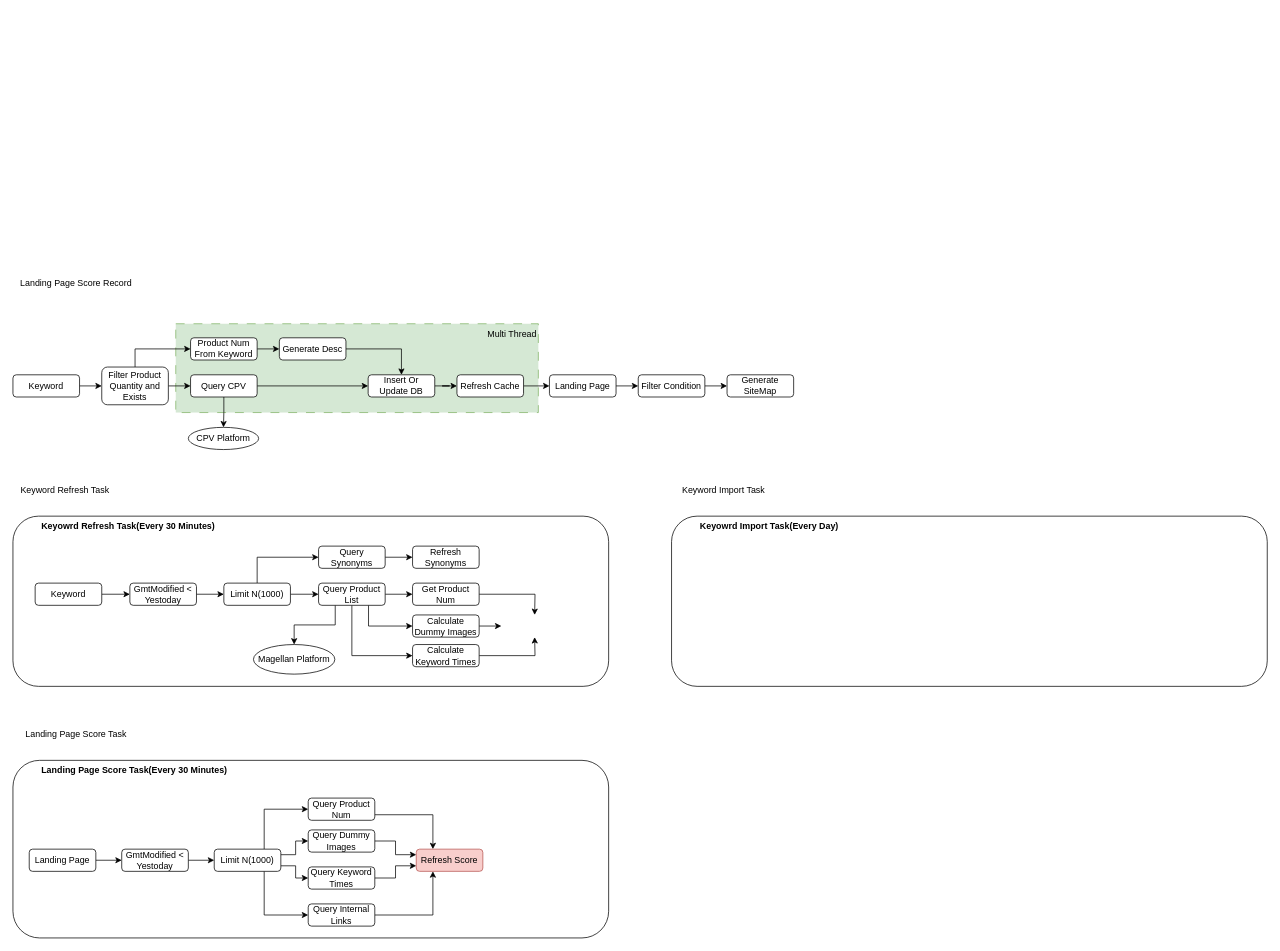
This is drawio/page_score.drawio from VisableHarry/seo-drawio, a draw.io file, before an edit. Source tidied: cells renumbered, new cells numbered last; positions are measured from the earlier drawing's top-left corner, leaving out a move shared by most shapes. Both pictures are drawn from the tidied source at 74%, with x=0, y=0 at pixel (13, 272).
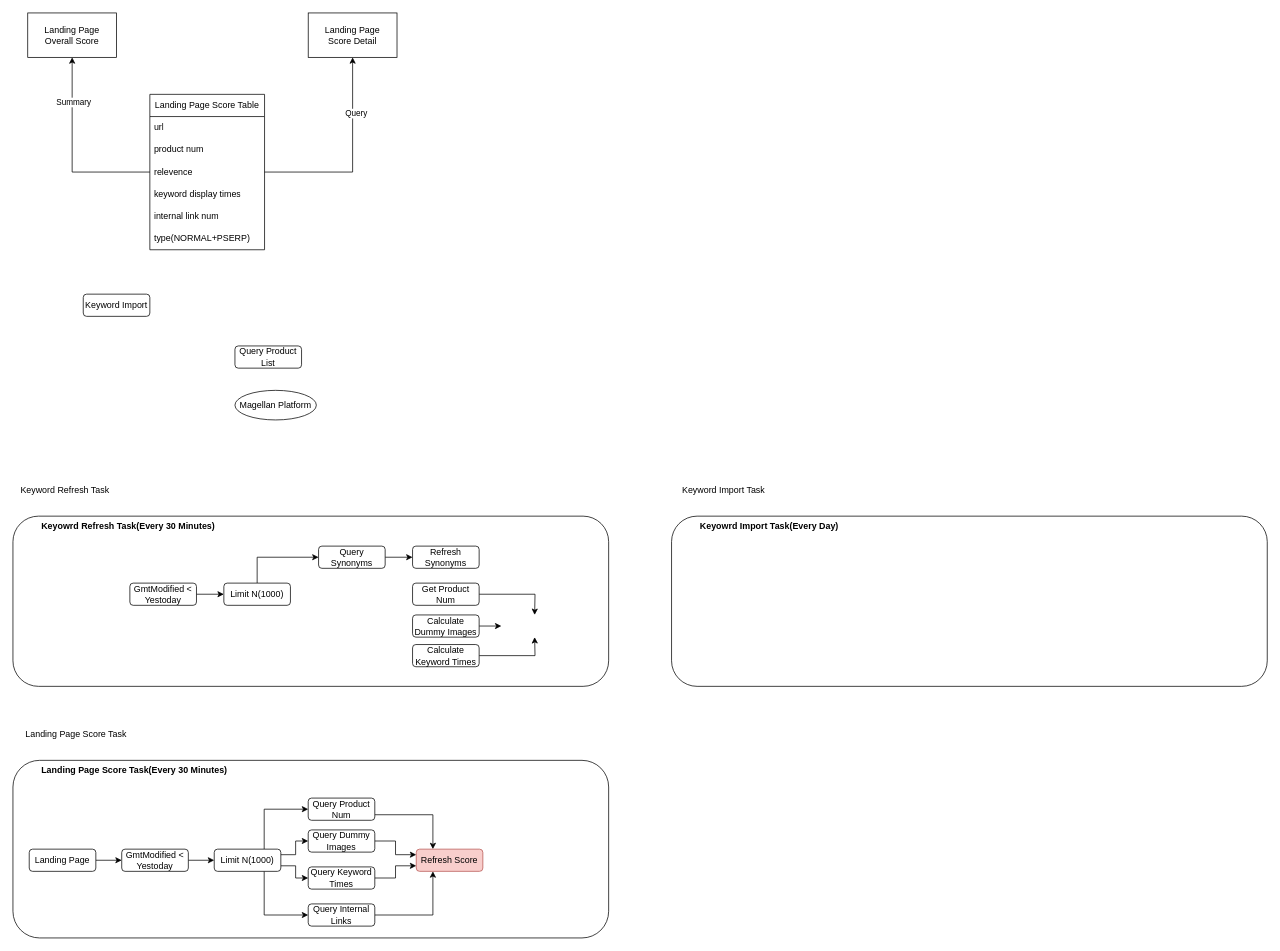
Above is the later version.

The change refers to these unchanged cells:
```xml
<mxCell id="57" value="Get Product Num" style="rounded=1;whiteSpace=wrap;html=1;" parent="1" vertex="1">
  <mxGeometry x="540" y="420.5" width="90" height="30" as="geometry" />
</mxCell>
<mxCell id="59" value="GmtModified &amp;lt; Yestoday" style="rounded=1;whiteSpace=wrap;html=1;" parent="1" vertex="1">
  <mxGeometry x="158" y="420.5" width="90" height="30" as="geometry" />
</mxCell>
<mxCell id="62" value="Limit N(1000)" style="rounded=1;whiteSpace=wrap;html=1;" parent="1" vertex="1">
  <mxGeometry x="285" y="420.5" width="90" height="30" as="geometry" />
</mxCell>
<mxCell id="67" value="Calculate Dummy Images" style="rounded=1;whiteSpace=wrap;html=1;" parent="1" vertex="1">
  <mxGeometry x="540" y="463.5" width="90" height="30" as="geometry" />
</mxCell>
<mxCell id="69" value="Calculate Keyword Times" style="rounded=1;whiteSpace=wrap;html=1;" parent="1" vertex="1">
  <mxGeometry x="540" y="503.5" width="90" height="30" as="geometry" />
</mxCell>
```

The edit, as a diff of the source:
```diff
@@
-    <mxCell id="4" value="Landing Page Score Record" style="text;html=1;align=center;verticalAlign=middle;strokeColor=none;fillColor=none;" parent="1" vertex="1">
-      <mxGeometry width="170" height="30" as="geometry" />
-    </mxCell>
-    <mxCell id="5" value="Multi Thread" style="rounded=0;whiteSpace=wrap;html=1;align=right;verticalAlign=top;fillColor=#d5e8d4;strokeColor=#82b366;dashed=1;dashPattern=12 12;" parent="1" vertex="1">
-      <mxGeometry x="220" y="70" width="490" height="120" as="geometry" />
-    </mxCell>
-    <mxCell id="6" style="edgeStyle=orthogonalEdgeStyle;rounded=0;jettySize=auto;html=1;exitX=1;exitY=0.5;exitDx=0;exitDy=0;entryX=0;entryY=0.5;entryDx=0;entryDy=0;" parent="1" edge="1" source="7" target="10">
-      <mxGeometry relative="1" as="geometry" />
-    </mxCell>
-    <mxCell id="7" value="Keyword" style="rounded=1;whiteSpace=wrap;html=1;" parent="1" vertex="1">
-      <mxGeometry y="139" width="90" height="30" as="geometry" />
-    </mxCell>
-    <mxCell id="8" style="edgeStyle=orthogonalEdgeStyle;rounded=0;jettySize=auto;html=1;exitX=1;exitY=0.5;exitDx=0;exitDy=0;entryX=0;entryY=0.5;entryDx=0;entryDy=0;" parent="1" edge="1" source="10" target="13">
-      <mxGeometry relative="1" as="geometry" />
-    </mxCell>
-    <mxCell id="9" style="edgeStyle=orthogonalEdgeStyle;rounded=0;jettySize=auto;html=1;exitX=0.5;exitY=0;exitDx=0;exitDy=0;entryX=0;entryY=0.5;entryDx=0;entryDy=0;" parent="1" edge="1" source="10" target="19">
-      <mxGeometry relative="1" as="geometry" />
-    </mxCell>
-    <mxCell id="10" value="Filter Product Quantity and Exists" style="rounded=1;whiteSpace=wrap;html=1;" parent="1" vertex="1">
-      <mxGeometry x="120" y="128.5" width="90" height="51" as="geometry" />
-    </mxCell>
-    <mxCell id="11" style="edgeStyle=orthogonalEdgeStyle;rounded=0;jettySize=auto;html=1;exitX=1;exitY=0.5;exitDx=0;exitDy=0;entryX=0;entryY=0.5;entryDx=0;entryDy=0;" parent="1" edge="1" source="13" target="17">
-      <mxGeometry relative="1" as="geometry" />
-    </mxCell>
-    <mxCell id="12" style="edgeStyle=orthogonalEdgeStyle;rounded=0;jettySize=auto;html=1;exitX=0.5;exitY=1;exitDx=0;exitDy=0;entryX=0.5;entryY=0;entryDx=0;entryDy=0;" parent="1" edge="1" source="13" target="20">
-      <mxGeometry relative="1" as="geometry" />
-    </mxCell>
-    <mxCell id="13" value="Query CPV" style="rounded=1;whiteSpace=wrap;html=1;" parent="1" vertex="1">
-      <mxGeometry x="240" y="139" width="90" height="30" as="geometry" />
-    </mxCell>
-    <mxCell id="14" style="edgeStyle=orthogonalEdgeStyle;rounded=0;jettySize=auto;html=1;exitX=1;exitY=0.5;exitDx=0;exitDy=0;entryX=0.5;entryY=0;entryDx=0;entryDy=0;" parent="1" edge="1" source="15" target="17">
-      <mxGeometry relative="1" as="geometry" />
-    </mxCell>
-    <mxCell id="15" value="Generate Desc" style="rounded=1;whiteSpace=wrap;html=1;" parent="1" vertex="1">
-      <mxGeometry x="360" y="89" width="90" height="30" as="geometry" />
-    </mxCell>
-    <mxCell id="16" style="edgeStyle=orthogonalEdgeStyle;rounded=0;jettySize=auto;html=1;exitX=1;exitY=0.5;exitDx=0;exitDy=0;" parent="1" edge="1" source="17" target="35">
-      <mxGeometry relative="1" as="geometry" />
-    </mxCell>
-    <mxCell id="17" value="Insert Or Update DB" style="rounded=1;whiteSpace=wrap;html=1;" parent="1" vertex="1">
-      <mxGeometry x="480" y="139" width="90" height="30" as="geometry" />
-    </mxCell>
-    <mxCell id="18" style="edgeStyle=orthogonalEdgeStyle;rounded=0;jettySize=auto;html=1;exitX=1;exitY=0.5;exitDx=0;exitDy=0;entryX=0;entryY=0.5;entryDx=0;entryDy=0;" parent="1" edge="1" source="19" target="15">
-      <mxGeometry relative="1" as="geometry" />
-    </mxCell>
-    <mxCell id="19" value="&lt;div&gt;Product Num From Keyword&lt;/div&gt;" style="rounded=1;whiteSpace=wrap;html=1;" parent="1" vertex="1">
-      <mxGeometry x="240" y="89" width="90" height="30" as="geometry" />
-    </mxCell>
-    <mxCell id="20" value="CPV Platform" style="ellipse;whiteSpace=wrap;html=1;" parent="1" vertex="1">
-      <mxGeometry x="237" y="210" width="95" height="30" as="geometry" />
-    </mxCell>
@@
-    <mxCell id="34" style="edgeStyle=orthogonalEdgeStyle;rounded=0;jettySize=auto;html=1;exitX=1;exitY=0.5;exitDx=0;exitDy=0;entryX=0;entryY=0.5;entryDx=0;entryDy=0;" parent="1" edge="1" source="35" target="43">
-      <mxGeometry relative="1" as="geometry" />
-    </mxCell>
-    <mxCell id="35" value="Refresh Cache" style="rounded=1;whiteSpace=wrap;html=1;" parent="1" vertex="1">
-      <mxGeometry x="600" y="139" width="90" height="30" as="geometry" />
-    </mxCell>
@@
-    <mxCell id="42" style="edgeStyle=orthogonalEdgeStyle;rounded=0;jettySize=auto;html=1;exitX=1;exitY=0.5;exitDx=0;exitDy=0;entryX=0;entryY=0.5;entryDx=0;entryDy=0;shadow=0;" parent="1" edge="1" source="43" target="45">
-      <mxGeometry relative="1" as="geometry" />
-    </mxCell>
-    <mxCell id="43" value="Landing Page" style="rounded=1;whiteSpace=wrap;html=1;shadow=0;" parent="1" vertex="1">
-      <mxGeometry x="725" y="139" width="90" height="30" as="geometry" />
-    </mxCell>
-    <mxCell id="44" style="edgeStyle=orthogonalEdgeStyle;rounded=0;jettySize=auto;html=1;exitX=1;exitY=0.5;exitDx=0;exitDy=0;entryX=0;entryY=0.5;entryDx=0;entryDy=0;shadow=0;" parent="1" edge="1" source="45">
-      <mxGeometry relative="1" as="geometry">
-        <mxPoint x="965" y="154" as="targetPoint" />
-      </mxGeometry>
-    </mxCell>
-    <mxCell id="45" value="Filter Condition" style="rounded=1;whiteSpace=wrap;html=1;shadow=0;" parent="1" vertex="1">
-      <mxGeometry x="845" y="139" width="90" height="30" as="geometry" />
-    </mxCell>
-    <mxCell id="46" value="Generate SiteMap" style="rounded=1;whiteSpace=wrap;html=1;shadow=0;" parent="1" vertex="1">
-      <mxGeometry x="965" y="139" width="90" height="30" as="geometry" />
-    </mxCell>
@@
-    <mxCell id="48" style="edgeStyle=orthogonalEdgeStyle;rounded=0;jettySize=auto;html=1;exitX=1;exitY=0.5;exitDx=0;exitDy=0;entryX=0;entryY=0.5;entryDx=0;entryDy=0;" parent="1" edge="1" source="49" target="59">
-      <mxGeometry relative="1" as="geometry" />
-    </mxCell>
-    <mxCell id="49" value="Keyword" style="rounded=1;whiteSpace=wrap;html=1;" parent="1" vertex="1">
-      <mxGeometry x="30" y="420.5" width="90" height="30" as="geometry" />
+    <mxCell id="49" value="Keyword Import" style="rounded=1;whiteSpace=wrap;html=1;" parent="1" vertex="1">
+      <mxGeometry x="95" y="30" width="90" height="30" as="geometry" />
     </mxCell>
-    <mxCell id="50" style="edgeStyle=orthogonalEdgeStyle;rounded=0;jettySize=auto;html=1;exitX=1;exitY=0.5;exitDx=0;exitDy=0;entryX=0;entryY=0.5;entryDx=0;entryDy=0;" parent="1" edge="1" source="54" target="57">
-      <mxGeometry relative="1" as="geometry" />
-    </mxCell>
-    <mxCell id="51" style="edgeStyle=orthogonalEdgeStyle;rounded=0;jettySize=auto;html=1;exitX=0.75;exitY=1;exitDx=0;exitDy=0;entryX=0;entryY=0.5;entryDx=0;entryDy=0;" parent="1" edge="1" source="54" target="67">
-      <mxGeometry relative="1" as="geometry" />
-    </mxCell>
-    <mxCell id="52" style="edgeStyle=orthogonalEdgeStyle;rounded=0;jettySize=auto;html=1;exitX=0.5;exitY=1;exitDx=0;exitDy=0;entryX=0;entryY=0.5;entryDx=0;entryDy=0;" parent="1" edge="1" source="54" target="69">
-      <mxGeometry relative="1" as="geometry" />
-    </mxCell>
-    <mxCell id="53" style="edgeStyle=orthogonalEdgeStyle;rounded=0;jettySize=auto;html=1;exitX=0.25;exitY=1;exitDx=0;exitDy=0;entryX=0.5;entryY=0;entryDx=0;entryDy=0;" parent="1" edge="1" source="54" target="55">
-      <mxGeometry relative="1" as="geometry" />
-    </mxCell>
     <mxCell id="54" value="Query Product List" style="rounded=1;whiteSpace=wrap;html=1;" parent="1" vertex="1">
-      <mxGeometry x="413" y="420.5" width="90" height="30" as="geometry" />
+      <mxGeometry x="300" y="100" width="90" height="30" as="geometry" />
     </mxCell>
     <mxCell id="55" value="Magellan Platform" style="ellipse;whiteSpace=wrap;html=1;" parent="1" vertex="1">
-      <mxGeometry x="325" y="503.5" width="110" height="40" as="geometry" />
+      <mxGeometry x="300" y="160" width="110" height="40" as="geometry" />
     </mxCell>
@@
-    <mxCell id="60" style="edgeStyle=orthogonalEdgeStyle;rounded=0;jettySize=auto;html=1;exitX=1;exitY=0.5;exitDx=0;exitDy=0;entryX=0;entryY=0.5;entryDx=0;entryDy=0;" parent="1" edge="1" source="62" target="54">
-      <mxGeometry relative="1" as="geometry" />
-    </mxCell>
@@
+    <mxCell id="72" value="&lt;div&gt;Landing Page&lt;/div&gt;Overall Score" style="rounded=0;whiteSpace=wrap;html=1;" parent="1" vertex="1">
+      <mxGeometry x="20" y="-350" width="120" height="60" as="geometry" />
+    </mxCell>
+    <mxCell id="73" value="&lt;div&gt;&lt;div&gt;Landing Page&lt;/div&gt;&lt;/div&gt;Score Detail" style="rounded=0;whiteSpace=wrap;html=1;" parent="1" vertex="1">
+      <mxGeometry x="399" y="-350" width="120" height="60" as="geometry" />
+    </mxCell>
+    <mxCell id="74" value="Landing Page Score Table" style="swimlane;fontStyle=0;horizontal=1;startSize=30;whiteSpace=wrap;html=1;" parent="1" vertex="1">
+      <mxGeometry x="185" y="-240" width="155" height="210" as="geometry" />
+    </mxCell>
+    <mxCell id="75" value="url" style="text;strokeColor=none;fillColor=none;align=left;verticalAlign=middle;spacingLeft=4;spacingRight=4;overflow=hidden;whiteSpace=wrap;html=1;" parent="74" vertex="1">
+      <mxGeometry y="30" width="155" height="30" as="geometry" />
+    </mxCell>
+    <mxCell id="76" value="product num" style="text;strokeColor=none;fillColor=none;align=left;verticalAlign=middle;spacingLeft=4;spacingRight=4;overflow=hidden;whiteSpace=wrap;html=1;" parent="74" vertex="1">
+      <mxGeometry y="60" width="155" height="30" as="geometry" />
+    </mxCell>
+    <mxCell id="77" value="relevence" style="text;strokeColor=none;fillColor=none;align=left;verticalAlign=middle;spacingLeft=4;spacingRight=4;overflow=hidden;points=[[0,0.5],[1,0.5]];portConstraint=eastwest;whiteSpace=wrap;html=1;" parent="74" vertex="1">
+      <mxGeometry y="90" width="155" height="30" as="geometry" />
+    </mxCell>
+    <mxCell id="78" value="keyword display times" style="text;strokeColor=none;fillColor=none;align=left;verticalAlign=middle;spacingLeft=4;spacingRight=4;overflow=hidden;whiteSpace=wrap;html=1;" parent="74" vertex="1">
+      <mxGeometry y="120" width="155" height="30" as="geometry" />
+    </mxCell>
+    <mxCell id="79" value="internal link num" style="text;strokeColor=none;fillColor=none;align=left;verticalAlign=middle;spacingLeft=4;spacingRight=4;overflow=hidden;whiteSpace=wrap;html=1;" parent="74" vertex="1">
+      <mxGeometry y="150" width="155" height="30" as="geometry" />
+    </mxCell>
+    <mxCell id="80" value="type(NORMAL+PSERP)" style="text;strokeColor=none;fillColor=none;align=left;verticalAlign=middle;spacingLeft=4;spacingRight=4;overflow=hidden;whiteSpace=wrap;html=1;" parent="74" vertex="1">
+      <mxGeometry y="180" width="155" height="30" as="geometry" />
+    </mxCell>
+    <mxCell id="81" style="edgeStyle=orthogonalEdgeStyle;rounded=0;jettySize=auto;html=1;exitX=0;exitY=0.5;exitDx=0;exitDy=0;entryX=0.5;entryY=1;entryDx=0;entryDy=0;" parent="1" edge="1" source="77" target="72">
+      <mxGeometry relative="1" as="geometry" />
+    </mxCell>
+    <mxCell id="82" value="Summary" style="edgeLabel;html=1;align=center;verticalAlign=middle;" parent="81" vertex="1">
+      <mxGeometry x="0.54" y="-1" relative="1" as="geometry" />
+    </mxCell>
+    <mxCell id="83" style="edgeStyle=orthogonalEdgeStyle;rounded=0;jettySize=auto;html=1;exitX=1;exitY=0.5;exitDx=0;exitDy=0;entryX=0.5;entryY=1;entryDx=0;entryDy=0;" parent="1" edge="1" source="77" target="73">
+      <mxGeometry relative="1" as="geometry" />
+    </mxCell>
+    <mxCell id="84" value="Query" style="edgeLabel;html=1;align=center;verticalAlign=middle;" parent="83" vertex="1">
+      <mxGeometry x="0.45" y="-4" relative="1" as="geometry" />
+    </mxCell>
```
